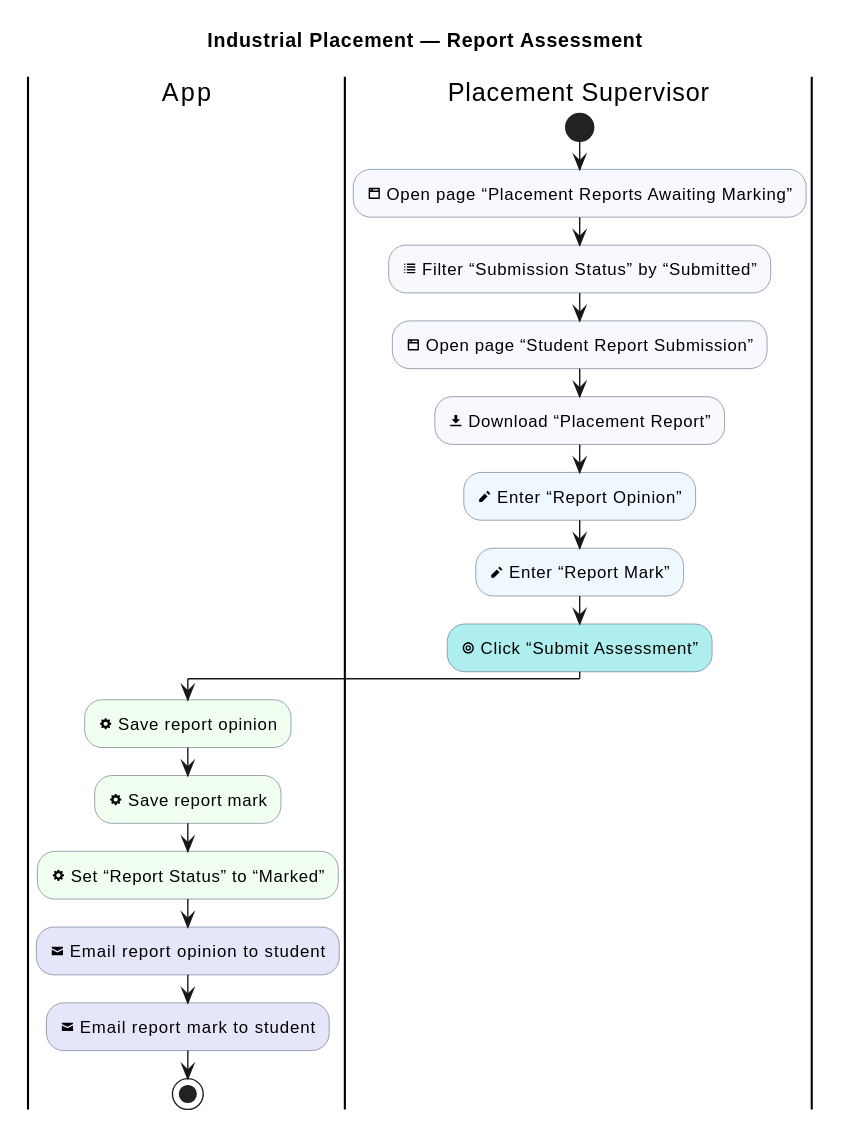
This is industrial-placement-group-project/diagrams/industrial-placement/report-assessment.svg from sdflkjssl/sdflkjssl.github.io, a PlantUML export, as it was before one commit.
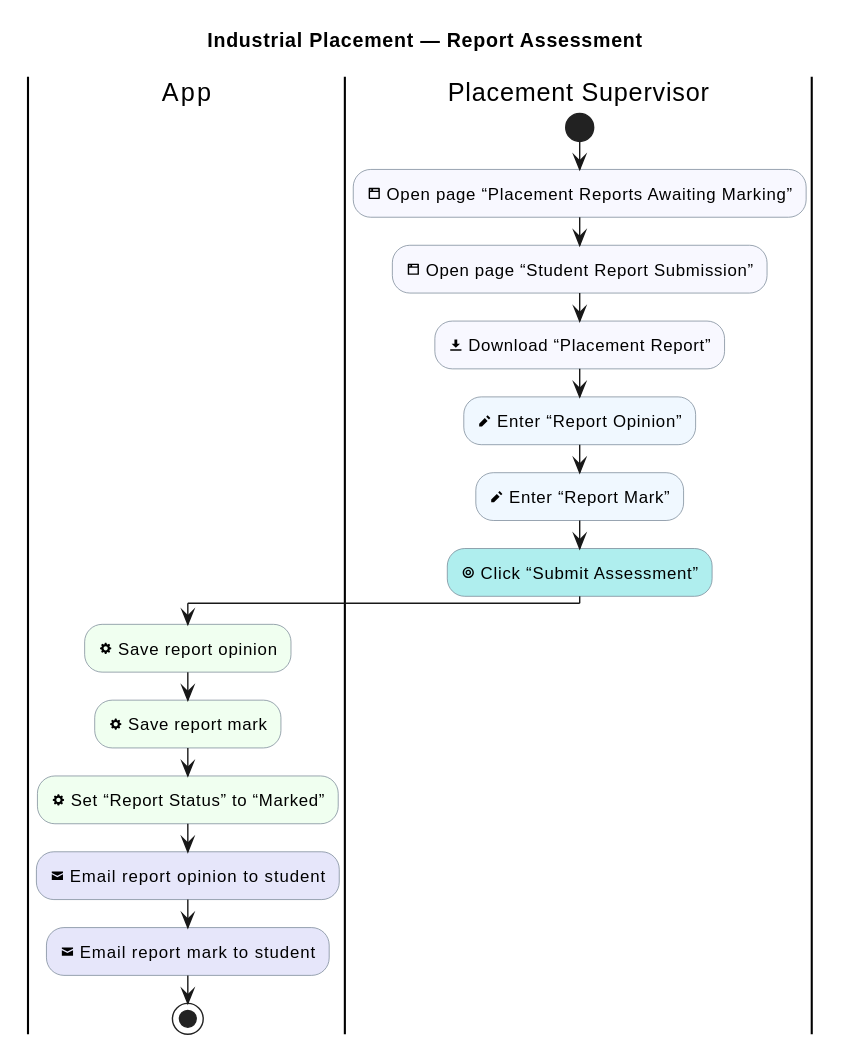
After the commit.

Diff of the diagram source:
```diff
@@ -13,7 +13,6 @@
 |Placement Supervisor|
 start
 :<&browser> Open page “Placement Reports Awaiting Marking”; <<#GhostWhite>>
-:<&list> Filter “Submission Status” by “Submitted”; <<#GhostWhite>>
 :<&browser> Open page “Student Report Submission”; <<#GhostWhite>>
 :<&data-transfer-download> Download “Placement Report”; <<#GhostWhite>>
 :<&pencil> Enter “Report Opinion”; <<#AliceBlue>>
```
